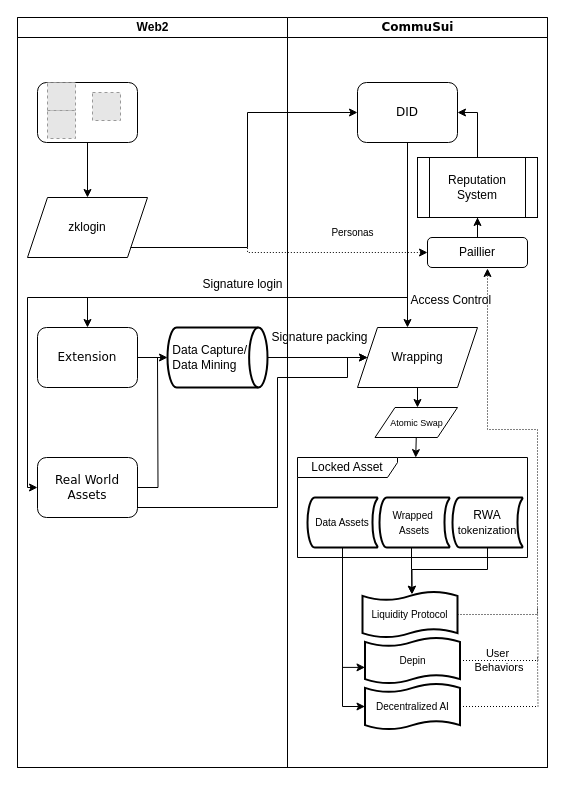
Earlier version of the draw.io diagram ArchFlow.drawio (CommuSA/CommuSui). Source tidied: cells renumbered, new cells numbered last; positions are measured from the earlier drawing's top-left corner, leaving out a move shared by most shapes. Both pictures are drawn from the tidied source at 100%, with x=0, y=0 at pixel (17, 17). Pictures stored in the file or linked from it are replaced by grey dashed boxes.
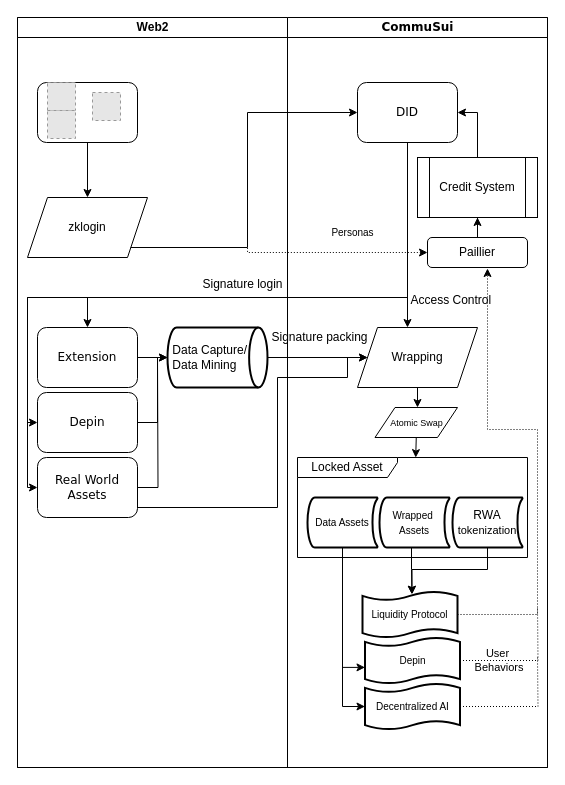
The same page after the edit.

The change refers to these unchanged cells:
```xml
<mxCell id="2" style="swimlane;html=1;startSize=0;rounded=0;shadow=0;labelBackgroundColor=none;strokeWidth=1;fontFamily=Verdana;fontSize=8;align=center;" parent="1" vertex="1">
  <mxGeometry width="530" height="750" as="geometry" />
</mxCell>
<mxCell id="3" value="Web2" style="swimlane;html=1;startSize=20;" parent="2" vertex="1">
  <mxGeometry width="270" height="750" as="geometry" />
</mxCell>
<mxCell id="10" value="&amp;nbsp;Data Capture/&lt;br&gt;&amp;nbsp;Data Mining" style="strokeWidth=2;html=1;shape=mxgraph.flowchart.direct_data;whiteSpace=wrap;align=left;" parent="3" vertex="1">
  <mxGeometry x="150" y="310" width="100" height="60" as="geometry" />
</mxCell>
<mxCell id="15" value="&lt;span style=&quot;font-family: Verdana;&quot;&gt;&lt;font style=&quot;font-size: 12px;&quot;&gt;CommuSui&lt;/font&gt;&lt;/span&gt;" style="swimlane;html=1;startSize=20;" parent="2" vertex="1">
  <mxGeometry x="270" width="260" height="750" as="geometry" />
</mxCell>
<mxCell id="17" value="&lt;font style=&quot;font-size: 12px;&quot;&gt;DID&lt;/font&gt;" style="rounded=1;whiteSpace=wrap;html=1;shadow=0;labelBackgroundColor=none;strokeWidth=1;fontFamily=Verdana;fontSize=8;align=center;" parent="15" vertex="1">
  <mxGeometry x="70" y="65" width="100" height="60" as="geometry" />
</mxCell>
```

What changed in the source:
```diff
@@
+    <mxCell id="51" value="&lt;font style=&quot;font-size: 12px;&quot;&gt;Depin&lt;/font&gt;" style="rounded=1;whiteSpace=wrap;html=1;shadow=0;labelBackgroundColor=none;strokeWidth=1;fontFamily=Verdana;fontSize=8;align=center;" parent="3" vertex="1">
+      <mxGeometry x="20" y="375" width="100" height="60" as="geometry" />
+    </mxCell>
+    <mxCell id="52" style="edgeStyle=orthogonalEdgeStyle;rounded=0;jettySize=auto;html=1;entryX=0;entryY=0.5;entryDx=0;entryDy=0;entryPerimeter=0;" parent="3" edge="1" source="51" target="10">
+      <mxGeometry relative="1" as="geometry">
+        <Array as="points">
+          <mxPoint x="140" y="405" />
+          <mxPoint x="140" y="340" />
+        </Array>
+      </mxGeometry>
+    </mxCell>
@@
-    <mxCell id="35" value="&lt;div&gt;Reputation System&lt;/div&gt;" style="shape=process;whiteSpace=wrap;html=1;backgroundOutline=1;" parent="15" vertex="1">
+    <mxCell id="35" value="&lt;div&gt;Credit System&lt;/div&gt;" style="shape=process;whiteSpace=wrap;html=1;backgroundOutline=1;" parent="15" vertex="1">
       <mxGeometry x="130" y="140" width="120" height="60" as="geometry" />
     </mxCell>
@@
+    <mxCell id="53" style="edgeStyle=orthogonalEdgeStyle;rounded=0;jettySize=auto;html=1;entryX=0;entryY=0.5;entryDx=0;entryDy=0;" parent="2" edge="1" source="17" target="51">
+      <mxGeometry relative="1" as="geometry">
+        <Array as="points">
+          <mxPoint x="390" y="280" />
+          <mxPoint x="10" y="280" />
+          <mxPoint x="10" y="405" />
+        </Array>
+      </mxGeometry>
+    </mxCell>
```
